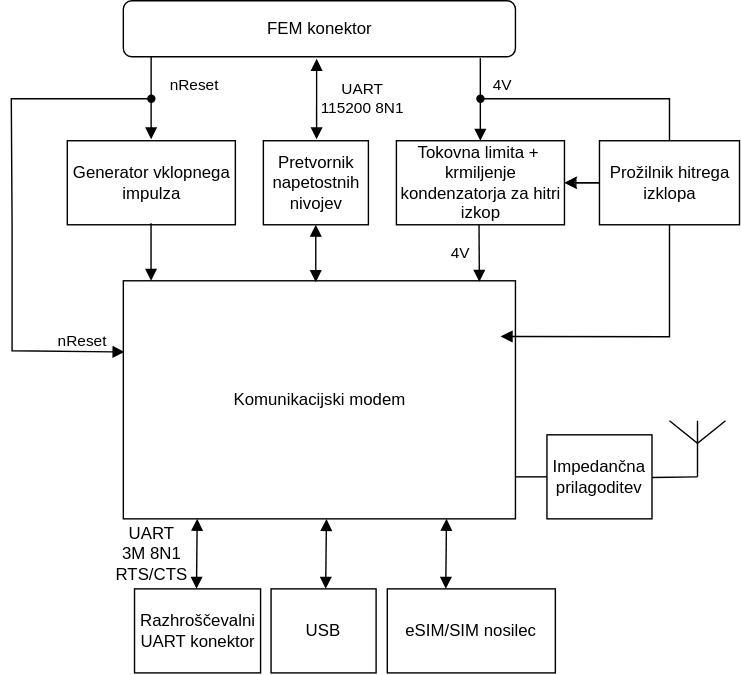
Earlier version of the draw.io export Slike/blok diagram modula.svg (harka069/mag). Source tidied: cells renumbered, new cells last; positions are measured from the earlier drawing's top-left corner, leaving out a move shared by most shapes.
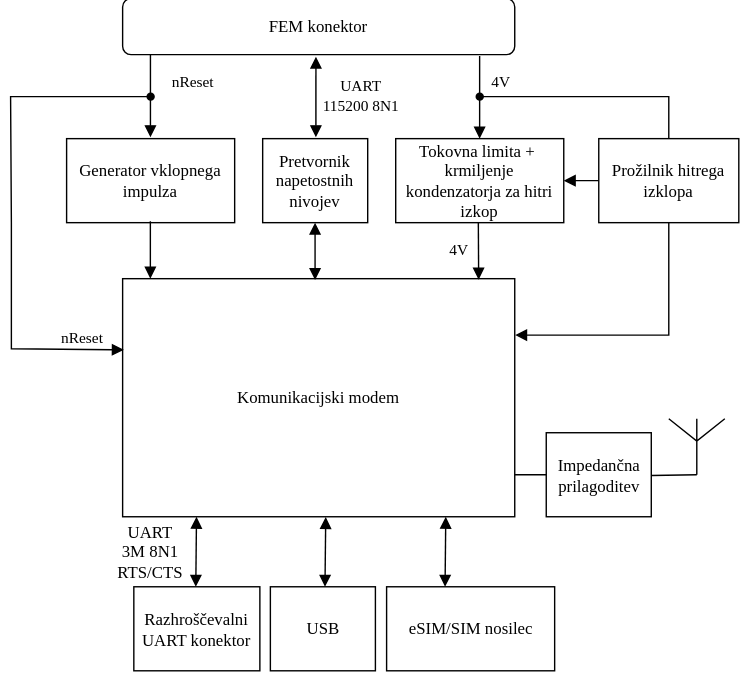
After the commit.

Change to the diagram source:
```diff
@@ -2,110 +2,100 @@
   <root>
     <mxCell id="0" />
     <mxCell id="1" parent="0" />
-    <mxCell id="2" value="eSIM/SIM nosilec" style="rounded=0;whiteSpace=wrap;html=1;" parent="1" vertex="1">
+    <mxCell id="2" value="eSIM/SIM nosilec" style="rounded=0;whiteSpace=wrap;html=1;fontFamily=latin modern;" parent="1" vertex="1">
       <mxGeometry x="268.5" y="420" width="120" height="60" as="geometry" />
     </mxCell>
-    <mxCell id="3" value="USB" style="rounded=0;whiteSpace=wrap;html=1;" parent="1" vertex="1">
+    <mxCell id="3" value="USB" style="rounded=0;whiteSpace=wrap;html=1;fontFamily=latin modern;" parent="1" vertex="1">
       <mxGeometry x="185.5" y="420" width="75" height="60" as="geometry" />
     </mxCell>
-    <mxCell id="4" value="Razhroščevalni UART konektor" style="rounded=0;whiteSpace=wrap;html=1;" parent="1" vertex="1">
+    <mxCell id="4" value="Razhroščevalni UART konektor" style="rounded=0;whiteSpace=wrap;html=1;fontFamily=latin modern;" parent="1" vertex="1">
       <mxGeometry x="88" y="420" width="90" height="60" as="geometry" />
     </mxCell>
-    <mxCell id="5" value="Impedančna prilagoditev" style="rounded=0;whiteSpace=wrap;html=1;" parent="1" vertex="1">
+    <mxCell id="5" value="Impedančna prilagoditev" style="rounded=0;whiteSpace=wrap;html=1;fontFamily=latin modern;" parent="1" vertex="1">
       <mxGeometry x="382.5" y="310" width="75" height="60" as="geometry" />
     </mxCell>
-    <mxCell id="6" style="edgeStyle=orthogonalEdgeStyle;rounded=0;jettySize=auto;html=1;" parent="1" edge="1" source="7" target="8">
+    <mxCell id="6" style="edgeStyle=orthogonalEdgeStyle;rounded=0;jettySize=auto;html=1;fontFamily=latin modern;endArrow=block;endFill=1;" parent="1" edge="1" source="7" target="8">
       <mxGeometry relative="1" as="geometry" />
     </mxCell>
-    <mxCell id="7" value="Prožilnik hitrega izklopa" style="rounded=0;whiteSpace=wrap;html=1;" parent="1" vertex="1">
+    <mxCell id="7" value="Prožilnik hitrega izklopa" style="rounded=0;whiteSpace=wrap;html=1;fontFamily=latin modern;" parent="1" vertex="1">
       <mxGeometry x="420" y="100" width="100" height="60" as="geometry" />
     </mxCell>
-    <mxCell id="8" value="Tokovna limita +&amp;nbsp; krmiljenje kondenzatorja za hitri izkop" style="rounded=0;whiteSpace=wrap;html=1;" parent="1" vertex="1">
+    <mxCell id="8" value="Tokovna limita +&amp;nbsp; krmiljenje kondenzatorja za hitri izkop" style="rounded=0;whiteSpace=wrap;html=1;fontFamily=latin modern;" parent="1" vertex="1">
       <mxGeometry x="275" y="100" width="120" height="60" as="geometry" />
     </mxCell>
-    <mxCell id="9" value="Pretvornik napetostnih nivojev" style="rounded=0;whiteSpace=wrap;html=1;" parent="1" vertex="1">
+    <mxCell id="9" value="Pretvornik napetostnih nivojev" style="rounded=0;whiteSpace=wrap;html=1;fontFamily=latin modern;" parent="1" vertex="1">
       <mxGeometry x="180" y="100" width="75" height="60" as="geometry" />
     </mxCell>
-    <mxCell id="10" value="Generator vklopnega impulza" style="rounded=0;whiteSpace=wrap;html=1;" parent="1" vertex="1">
+    <mxCell id="10" value="Generator vklopnega impulza" style="rounded=0;whiteSpace=wrap;html=1;fontFamily=latin modern;" parent="1" vertex="1">
       <mxGeometry x="40" y="100" width="120" height="60" as="geometry" />
     </mxCell>
-    <mxCell id="11" value="Komunikacijski modem" style="rounded=0;whiteSpace=wrap;html=1;" parent="1" vertex="1">
+    <mxCell id="11" value="Komunikacijski modem" style="rounded=0;whiteSpace=wrap;html=1;fontFamily=latin modern;" parent="1" vertex="1">
       <mxGeometry x="80" y="200" width="280" height="170" as="geometry" />
     </mxCell>
-    <mxCell id="12" style="verticalLabelPosition=bottom;shadow=0;dashed=0;align=center;html=1;verticalAlign=top;shape=mxgraph.electrical.radio.aerial_-_antenna_1;" parent="1" vertex="1">
+    <mxCell id="12" style="verticalLabelPosition=bottom;shadow=0;dashed=0;align=center;html=1;verticalAlign=top;shape=mxgraph.electrical.radio.aerial_-_antenna_1;fontFamily=latin modern;" parent="1" vertex="1">
       <mxGeometry x="470" y="300" width="40" height="40" as="geometry" />
     </mxCell>
-    <mxCell id="13" style="endArrow=none;html=1;rounded=0;exitX=1;exitY=0.5;exitDx=0;exitDy=0;entryX=0.5;entryY=1;entryDx=0;entryDy=0;entryPerimeter=0;" parent="1" edge="1" target="12">
+    <mxCell id="13" style="endArrow=none;html=1;rounded=0;exitX=1;exitY=0.5;exitDx=0;exitDy=0;entryX=0.5;entryY=1;entryDx=0;entryDy=0;entryPerimeter=0;fontFamily=latin modern;" parent="1" edge="1" target="12">
       <mxGeometry relative="1" as="geometry">
         <mxPoint x="457.5" y="340.5" as="sourcePoint" />
       </mxGeometry>
     </mxCell>
-    <mxCell id="14" style="endArrow=none;html=1;rounded=0;entryX=-0.021;entryY=0.504;entryDx=0;entryDy=0;entryPerimeter=0;" parent="1" edge="1">
+    <mxCell id="14" style="endArrow=none;html=1;rounded=0;entryX=-0.021;entryY=0.504;entryDx=0;entryDy=0;entryPerimeter=0;fontFamily=latin modern;" parent="1" edge="1">
       <mxGeometry relative="1" as="geometry">
         <mxPoint x="360" y="340" as="sourcePoint" />
         <mxPoint x="382.5" y="340" as="targetPoint" />
       </mxGeometry>
     </mxCell>
-    <mxCell id="15" style="endArrow=block;startArrow=block;html=1;rounded=0;exitX=0.5;exitY=0;exitDx=0;exitDy=0;entryX=0.518;entryY=1.001;entryDx=0;entryDy=0;entryPerimeter=0;startFill=1;endFill=1;" parent="1" edge="1">
+    <mxCell id="15" style="endArrow=block;startArrow=block;html=1;rounded=0;exitX=0.5;exitY=0;exitDx=0;exitDy=0;entryX=0.518;entryY=1.001;entryDx=0;entryDy=0;entryPerimeter=0;startFill=1;endFill=1;fontFamily=latin modern;" parent="1" edge="1">
       <mxGeometry relative="1" as="geometry">
         <mxPoint x="224.5" y="420" as="sourcePoint" />
         <mxPoint x="225" y="370.2" as="targetPoint" />
       </mxGeometry>
     </mxCell>
-    <mxCell id="16" style="endArrow=block;startArrow=block;html=1;rounded=0;exitX=0.5;exitY=0;exitDx=0;exitDy=0;entryX=0.518;entryY=1.001;entryDx=0;entryDy=0;entryPerimeter=0;startFill=1;endFill=1;" parent="1" edge="1">
+    <mxCell id="16" style="endArrow=block;startArrow=block;html=1;rounded=0;exitX=0.5;exitY=0;exitDx=0;exitDy=0;entryX=0.518;entryY=1.001;entryDx=0;entryDy=0;entryPerimeter=0;startFill=1;endFill=1;fontFamily=latin modern;" parent="1" edge="1">
       <mxGeometry relative="1" as="geometry">
         <mxPoint x="310.2" y="420" as="sourcePoint" />
         <mxPoint x="310.8" y="370" as="targetPoint" />
       </mxGeometry>
     </mxCell>
-    <mxCell id="17" style="endArrow=block;startArrow=block;html=1;rounded=0;exitX=0.5;exitY=0;exitDx=0;exitDy=0;entryX=0.518;entryY=1.001;entryDx=0;entryDy=0;entryPerimeter=0;startFill=1;endFill=1;" parent="1" edge="1">
+    <mxCell id="17" style="endArrow=block;startArrow=block;html=1;rounded=0;exitX=0.5;exitY=0;exitDx=0;exitDy=0;entryX=0.518;entryY=1.001;entryDx=0;entryDy=0;entryPerimeter=0;startFill=1;endFill=1;fontFamily=latin modern;" parent="1" edge="1">
       <mxGeometry relative="1" as="geometry">
         <mxPoint x="132.2" y="420" as="sourcePoint" />
         <mxPoint x="132.8" y="370" as="targetPoint" />
       </mxGeometry>
     </mxCell>
-    <mxCell id="18" style="endArrow=none;startArrow=block;html=1;rounded=0;exitX=0.908;exitY=0.004;exitDx=0;exitDy=0;entryX=0.5;entryY=1;entryDx=0;entryDy=0;exitPerimeter=0;endFill=0;startFill=1;" parent="1" edge="1">
+    <mxCell id="18" style="endArrow=none;startArrow=block;html=1;rounded=0;exitX=0.908;exitY=0.004;exitDx=0;exitDy=0;entryX=0.5;entryY=1;entryDx=0;entryDy=0;exitPerimeter=0;endFill=0;startFill=1;fontFamily=latin modern;" parent="1" edge="1">
       <mxGeometry relative="1" as="geometry">
         <mxPoint x="334.2" y="200.7" as="sourcePoint" />
         <mxPoint x="334" y="160" as="targetPoint" />
       </mxGeometry>
     </mxCell>
-    <mxCell id="19" value="4V" style="edgeLabel;html=1;align=center;verticalAlign=middle;" parent="18" vertex="1">
+    <mxCell id="19" value="4V" style="edgeLabel;html=1;align=center;verticalAlign=middle;fontFamily=latin modern;" parent="18" vertex="1">
       <mxGeometry x="0.43" y="1" relative="1" as="geometry">
         <mxPoint x="-13" y="8" as="offset" />
       </mxGeometry>
     </mxCell>
-    <mxCell id="20" value="FEM konektor" style="rounded=1;whiteSpace=wrap;html=1;shadow=0;glass=0;" parent="1" vertex="1">
+    <mxCell id="20" value="FEM konektor" style="rounded=1;whiteSpace=wrap;html=1;shadow=0;glass=0;fontFamily=latin modern;" parent="1" vertex="1">
       <mxGeometry x="80" width="280" height="40" as="geometry" />
     </mxCell>
-    <mxCell id="21" style="endArrow=none;startArrow=block;html=1;rounded=0;exitX=1;exitY=0.5;exitDx=0;exitDy=0;entryX=0;entryY=0.5;entryDx=0;entryDy=0;endFill=0;startFill=0;" parent="1" edge="1">
-      <mxGeometry relative="1" as="geometry">
-        <mxPoint x="395" y="130" as="sourcePoint" />
-        <mxPoint x="420" y="130" as="targetPoint" />
-      </mxGeometry>
-    </mxCell>
-    <mxCell id="22" style="endArrow=none;startArrow=block;html=1;rounded=0;exitX=0.998;exitY=0.234;exitDx=0;exitDy=0;entryX=0.5;entryY=1;entryDx=0;entryDy=0;endFill=0;startFill=1;exitPerimeter=0;" parent="1" edge="1">
+    <mxCell id="22" style="endArrow=none;startArrow=block;html=1;rounded=0;exitX=1.001;exitY=0.237;exitDx=0;exitDy=0;entryX=0.5;entryY=1;entryDx=0;entryDy=0;endFill=0;startFill=1;exitPerimeter=0;fontFamily=latin modern;edgeStyle=orthogonalEdgeStyle;" parent="1" edge="1" source="11">
       <mxGeometry relative="1" as="geometry">
-        <mxPoint x="349.4" y="239.8" as="sourcePoint" />
         <mxPoint x="470" y="160" as="targetPoint" />
-        <Array as="points">
-          <mxPoint x="470" y="240" />
-        </Array>
       </mxGeometry>
     </mxCell>
-    <mxCell id="23" style="endArrow=block;startArrow=block;html=1;rounded=0;exitX=0.908;exitY=0.004;exitDx=0;exitDy=0;entryX=0.5;entryY=1;entryDx=0;entryDy=0;exitPerimeter=0;endFill=1;startFill=1;" parent="1" edge="1">
+    <mxCell id="23" style="endArrow=block;startArrow=block;html=1;rounded=0;exitX=0.908;exitY=0.004;exitDx=0;exitDy=0;entryX=0.5;entryY=1;entryDx=0;entryDy=0;exitPerimeter=0;endFill=1;startFill=1;fontFamily=latin modern;" parent="1" edge="1">
       <mxGeometry relative="1" as="geometry">
         <mxPoint x="217.4" y="201" as="sourcePoint" />
         <mxPoint x="217.4" y="160" as="targetPoint" />
       </mxGeometry>
     </mxCell>
-    <mxCell id="24" style="endArrow=none;startArrow=block;html=1;rounded=0;exitX=0.908;exitY=0.004;exitDx=0;exitDy=0;entryX=0.5;entryY=1;entryDx=0;entryDy=0;exitPerimeter=0;endFill=0;startFill=1;" parent="1" edge="1">
+    <mxCell id="24" style="endArrow=none;startArrow=block;html=1;rounded=0;exitX=0.908;exitY=0.004;exitDx=0;exitDy=0;entryX=0.5;entryY=1;entryDx=0;entryDy=0;exitPerimeter=0;endFill=0;startFill=1;fontFamily=latin modern;" parent="1" edge="1">
       <mxGeometry relative="1" as="geometry">
         <mxPoint x="99.8" y="200" as="sourcePoint" />
         <mxPoint x="99.8" y="159" as="targetPoint" />
       </mxGeometry>
     </mxCell>
-    <mxCell id="25" style="endArrow=none;html=1;rounded=0;entryX=0.5;entryY=0;entryDx=0;entryDy=0;endFill=0;exitX=0.908;exitY=0.51;exitDx=0;exitDy=0;exitPerimeter=0;" parent="1" edge="1" source="34" target="7">
+    <mxCell id="25" style="endArrow=none;html=1;rounded=0;entryX=0.5;entryY=0;entryDx=0;entryDy=0;endFill=0;exitX=0.908;exitY=0.51;exitDx=0;exitDy=0;exitPerimeter=0;fontFamily=latin modern;" parent="1" edge="1" source="34" target="7">
       <mxGeometry relative="1" as="geometry">
         <Array as="points">
           <mxPoint x="405" y="70" />
@@ -113,7 +103,7 @@
         </Array>
       </mxGeometry>
     </mxCell>
-    <mxCell id="26" style="endArrow=block;html=1;rounded=0;endFill=1;entryX=0.003;entryY=0.299;entryDx=0;entryDy=0;entryPerimeter=0;exitX=0.75;exitY=0.335;exitDx=0;exitDy=0;exitPerimeter=0;startArrow=none;startFill=0;" parent="1" edge="1" source="35">
+    <mxCell id="26" style="endArrow=block;html=1;rounded=0;endFill=1;entryX=0.003;entryY=0.299;entryDx=0;entryDy=0;entryPerimeter=0;exitX=0.75;exitY=0.335;exitDx=0;exitDy=0;exitPerimeter=0;startArrow=none;startFill=0;fontFamily=latin modern;" parent="1" edge="1" source="35">
       <mxGeometry relative="1" as="geometry">
         <mxPoint x="80.8" y="250.8" as="targetPoint" />
         <Array as="points">
@@ -123,50 +113,50 @@
         </Array>
       </mxGeometry>
     </mxCell>
-    <mxCell id="27" value="nReset" style="edgeLabel;html=1;align=center;verticalAlign=middle;labelBackgroundColor=none;" parent="26" vertex="1">
+    <mxCell id="27" value="nReset" style="edgeLabel;html=1;align=center;verticalAlign=middle;labelBackgroundColor=none;fontFamily=latin modern;" parent="26" vertex="1">
       <mxGeometry x="-0.06" relative="1" as="geometry">
         <mxPoint x="50" y="102" as="offset" />
       </mxGeometry>
     </mxCell>
-    <mxCell id="28" style="endArrow=block;startArrow=block;html=1;rounded=0;exitX=0.5;exitY=0;exitDx=0;exitDy=0;entryX=0.493;entryY=1.038;entryDx=0;entryDy=0;endFill=1;startFill=1;entryPerimeter=0;" parent="1" edge="1" target="20">
+    <mxCell id="28" style="endArrow=block;startArrow=block;html=1;rounded=0;exitX=0.5;exitY=0;exitDx=0;exitDy=0;entryX=0.493;entryY=1.038;entryDx=0;entryDy=0;endFill=1;startFill=1;entryPerimeter=0;fontFamily=latin modern;" parent="1" edge="1" target="20">
       <mxGeometry relative="1" as="geometry">
         <mxPoint x="218" y="99" as="sourcePoint" />
       </mxGeometry>
     </mxCell>
-    <mxCell id="29" value="&lt;div&gt;UART&lt;/div&gt;&lt;div&gt;115200 8N1&lt;/div&gt;" style="edgeLabel;html=1;align=center;verticalAlign=middle;" parent="28" vertex="1">
+    <mxCell id="29" value="&lt;div&gt;UART&lt;/div&gt;&lt;div&gt;115200 8N1&lt;/div&gt;" style="edgeLabel;html=1;align=center;verticalAlign=middle;fontFamily=latin modern;" parent="28" vertex="1">
       <mxGeometry x="0.43" y="1" relative="1" as="geometry">
         <mxPoint x="33" y="12" as="offset" />
       </mxGeometry>
     </mxCell>
-    <mxCell id="30" style="endArrow=none;startArrow=block;html=1;rounded=0;exitX=0.53;exitY=-0.011;exitDx=0;exitDy=0;entryX=0.5;entryY=1;entryDx=0;entryDy=0;exitPerimeter=0;endFill=0;startFill=1;" parent="1" edge="1">
+    <mxCell id="30" style="endArrow=none;startArrow=block;html=1;rounded=0;exitX=0.53;exitY=-0.011;exitDx=0;exitDy=0;entryX=0.5;entryY=1;entryDx=0;entryDy=0;exitPerimeter=0;endFill=0;startFill=1;fontFamily=latin modern;" parent="1" edge="1">
       <mxGeometry relative="1" as="geometry">
         <mxPoint x="99.9" y="99" as="sourcePoint" />
         <mxPoint x="99.9" y="40" as="targetPoint" />
       </mxGeometry>
     </mxCell>
-    <mxCell id="31" value="nReset" style="edgeLabel;html=1;align=center;verticalAlign=middle;" parent="30" vertex="1">
+    <mxCell id="31" value="nReset" style="edgeLabel;html=1;align=center;verticalAlign=middle;fontFamily=latin modern;" parent="30" vertex="1">
       <mxGeometry x="0.43" y="1" relative="1" as="geometry">
         <mxPoint x="31" y="3" as="offset" />
       </mxGeometry>
     </mxCell>
-    <mxCell id="32" style="endArrow=none;startArrow=block;html=1;rounded=0;exitX=0.53;exitY=-0.011;exitDx=0;exitDy=0;entryX=0.5;entryY=1;entryDx=0;entryDy=0;exitPerimeter=0;endFill=0;startFill=1;" parent="1" edge="1">
+    <mxCell id="32" style="endArrow=none;startArrow=block;html=1;rounded=0;exitX=0.53;exitY=-0.011;exitDx=0;exitDy=0;entryX=0.5;entryY=1;entryDx=0;entryDy=0;exitPerimeter=0;endFill=0;startFill=1;fontFamily=latin modern;" parent="1" edge="1">
       <mxGeometry relative="1" as="geometry">
         <mxPoint x="334.9" y="100" as="sourcePoint" />
         <mxPoint x="334.9" y="41" as="targetPoint" />
       </mxGeometry>
     </mxCell>
-    <mxCell id="33" value="4V" style="edgeLabel;html=1;align=center;verticalAlign=middle;" parent="32" vertex="1">
+    <mxCell id="33" value="4V" style="edgeLabel;html=1;align=center;verticalAlign=middle;fontFamily=latin modern;" parent="32" vertex="1">
       <mxGeometry x="0.43" y="1" relative="1" as="geometry">
         <mxPoint x="16" y="2" as="offset" />
       </mxGeometry>
     </mxCell>
-    <mxCell id="34" style="shape=waypoint;sketch=0;fillStyle=solid;size=6;points=[];fillColor=none;perimeter=centerPerimeter;snapToPoint=1;" parent="1" vertex="1">
+    <mxCell id="34" style="shape=waypoint;sketch=0;fillStyle=solid;size=6;points=[];fillColor=none;perimeter=centerPerimeter;snapToPoint=1;fontFamily=latin modern;" parent="1" vertex="1">
       <mxGeometry x="325" y="60" width="20" height="20" as="geometry" />
     </mxCell>
-    <mxCell id="35" style="shape=waypoint;sketch=0;fillStyle=solid;size=6;points=[];fillColor=none;perimeter=centerPerimeter;snapToPoint=1;" parent="1" vertex="1">
+    <mxCell id="35" style="shape=waypoint;sketch=0;fillStyle=solid;size=6;points=[];fillColor=none;perimeter=centerPerimeter;snapToPoint=1;fontFamily=latin modern;" parent="1" vertex="1">
       <mxGeometry x="90" y="60" width="20" height="20" as="geometry" />
     </mxCell>
-    <mxCell id="36" value="&lt;div&gt;UART&lt;/div&gt;&lt;div&gt;3M 8N1 RTS/CTS&lt;/div&gt;" style="text;html=1;whiteSpace=wrap;strokeColor=none;fillColor=none;align=center;verticalAlign=middle;rounded=0;" parent="1" vertex="1">
+    <mxCell id="36" value="&lt;div&gt;UART&lt;/div&gt;&lt;div&gt;3M 8N1 RTS/CTS&lt;/div&gt;" style="text;html=1;whiteSpace=wrap;strokeColor=none;fillColor=none;align=center;verticalAlign=middle;rounded=0;fontFamily=latin modern;" parent="1" vertex="1">
       <mxGeometry x="70" y="380" width="60" height="30" as="geometry" />
     </mxCell>
   </root>
```
